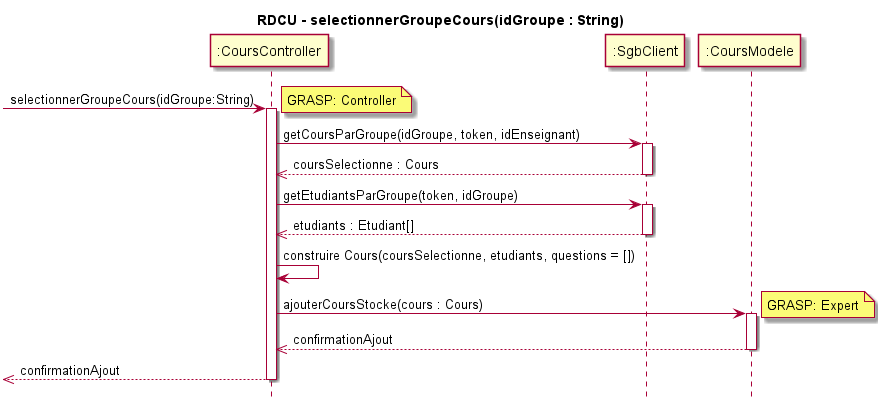
The PlantUML diagram docs/modeles/exports-it-3/rdcu-sélectionnerGroupeCours.png in xMrYahya/moodle-clone, before a commit. Its source is kept beside it as docs/modeles/cu01/rdcu-sélectionnerGroupeCours.puml.
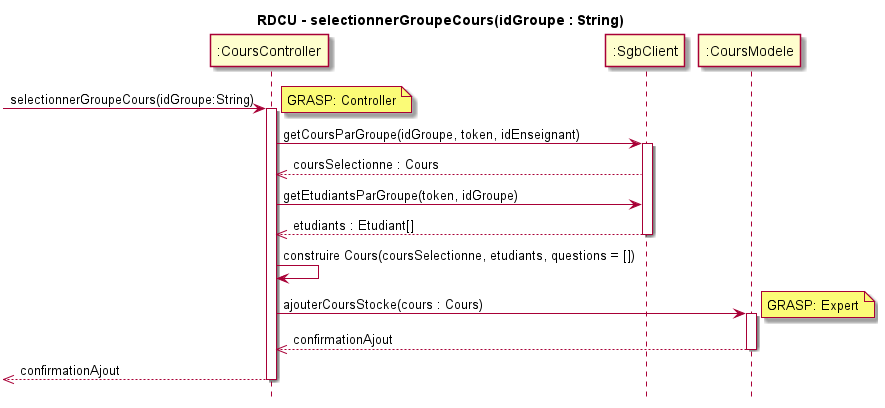
After the commit.

What changed in the source:
```diff
@@ -13,10 +13,10 @@
 ctrl -> sgbClient : getCoursParGroupe(idGroupe, token, idEnseignant)
 activate sgbClient
 sgbClient -->> ctrl : coursSelectionne : Cours
-deactivate sgbClient
+
 
 ctrl -> sgbClient : getEtudiantsParGroupe(token, idGroupe)
-activate sgbClient
+
 sgbClient -->> ctrl : etudiants : Etudiant[]
 deactivate sgbClient
 
```
